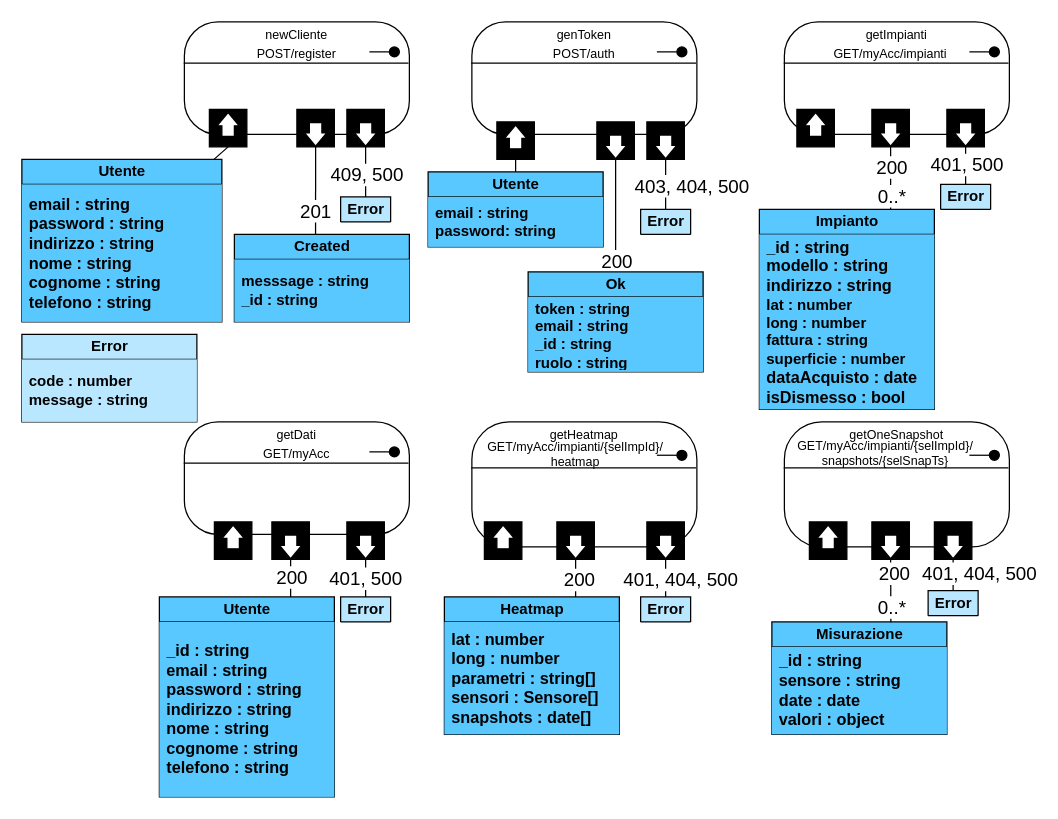
Earlier version of the draw.io diagram deliverables/d4/.media/.drawio/resources-models.drawio (amanfucci/ardeeno-workondeliverables). Source tidied: cells renumbered, new cells numbered last; positions are measured from the earlier drawing's top-left corner, leaving out a move shared by most shapes. Both pictures are drawn from the tidied source at 125%, with x=0, y=0 at pixel (21, 21).
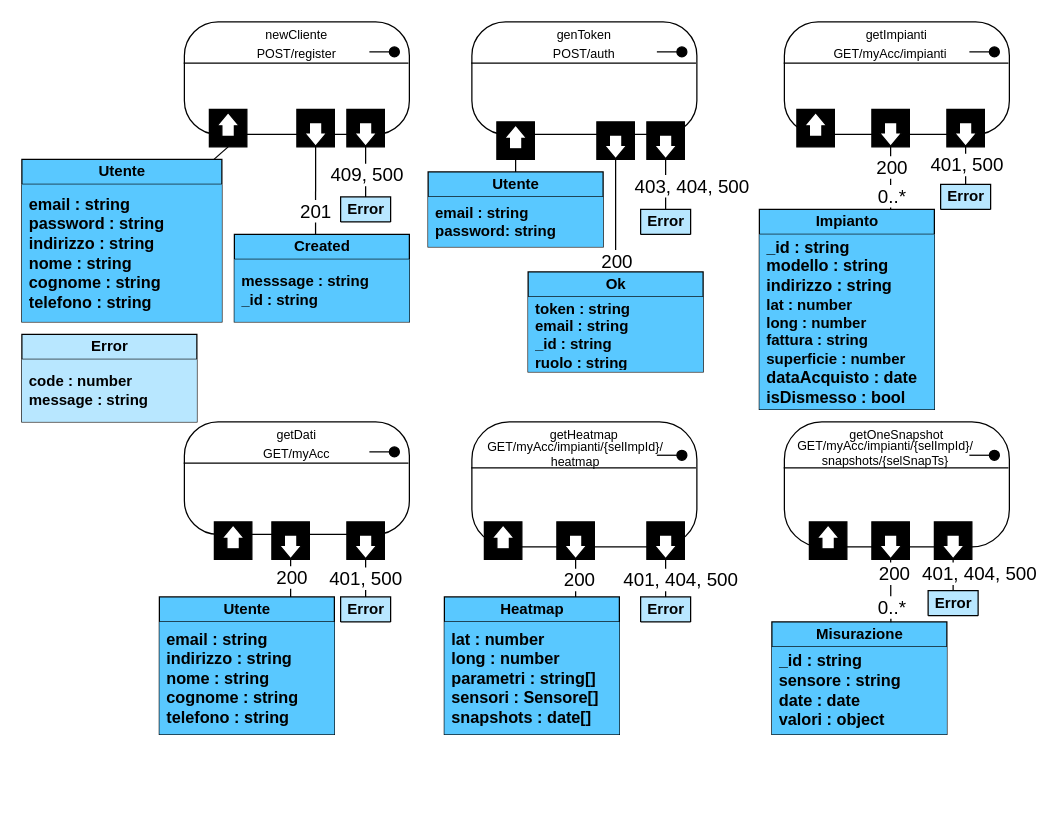
The same diagram, later.

Change to the diagram source:
```diff
@@
     <mxCell id="111" value="Utente" style="swimlane;fontStyle=1;align=center;verticalAlign=middle;horizontal=1;startSize=20;html=1;fillColor=#59C8FF;fillStyle=solid;" parent="1" vertex="1">
-      <mxGeometry x="110" y="460" width="140" height="160" as="geometry" />
+      <mxGeometry x="110" y="460" width="140" height="110" as="geometry" />
     </mxCell>
-    <mxCell id="112" value="&lt;span style=&quot;font-size: 13px;&quot;&gt;_id : string&lt;/span&gt;&lt;br style=&quot;font-size: 13px;&quot;&gt;&lt;span style=&quot;font-size: 13px;&quot;&gt;email : string&lt;/span&gt;&lt;br style=&quot;font-size: 13px;&quot;&gt;&lt;span style=&quot;font-size: 13px;&quot;&gt;password : string&lt;/span&gt;&lt;br style=&quot;font-size: 13px;&quot;&gt;&lt;span style=&quot;font-size: 13px;&quot;&gt;indirizzo : string&lt;/span&gt;&lt;br style=&quot;font-size: 13px;&quot;&gt;&lt;span style=&quot;font-size: 13px;&quot;&gt;nome : string&lt;/span&gt;&lt;br style=&quot;font-size: 13px;&quot;&gt;&lt;span style=&quot;font-size: 13px;&quot;&gt;cognome : string&lt;/span&gt;&lt;br style=&quot;font-size: 13px;&quot;&gt;&lt;span style=&quot;font-size: 13px;&quot;&gt;telefono : string&lt;/span&gt;" style="text;html=1;strokeColor=none;fillColor=#59C8FF;align=left;verticalAlign=middle;spacingLeft=4;spacingRight=4;overflow=hidden;fillStyle=solid;fontStyle=1;" parent="111" vertex="1">
-      <mxGeometry y="20" width="140" height="140" as="geometry" />
+    <mxCell id="112" value="&lt;span style=&quot;font-size: 13px;&quot;&gt;email : string&lt;/span&gt;&lt;br style=&quot;font-size: 13px;&quot;&gt;&lt;span style=&quot;font-size: 13px;&quot;&gt;indirizzo : string&lt;/span&gt;&lt;br style=&quot;font-size: 13px;&quot;&gt;&lt;span style=&quot;font-size: 13px;&quot;&gt;nome : string&lt;/span&gt;&lt;br style=&quot;font-size: 13px;&quot;&gt;&lt;span style=&quot;font-size: 13px;&quot;&gt;cognome : string&lt;/span&gt;&lt;br style=&quot;font-size: 13px;&quot;&gt;&lt;span style=&quot;font-size: 13px;&quot;&gt;telefono : string&lt;/span&gt;" style="text;html=1;strokeColor=none;fillColor=#59C8FF;align=left;verticalAlign=middle;spacingLeft=4;spacingRight=4;overflow=hidden;fillStyle=solid;fontStyle=1;" parent="111" vertex="1">
+      <mxGeometry y="20" width="140" height="90" as="geometry" />
     </mxCell>
```
